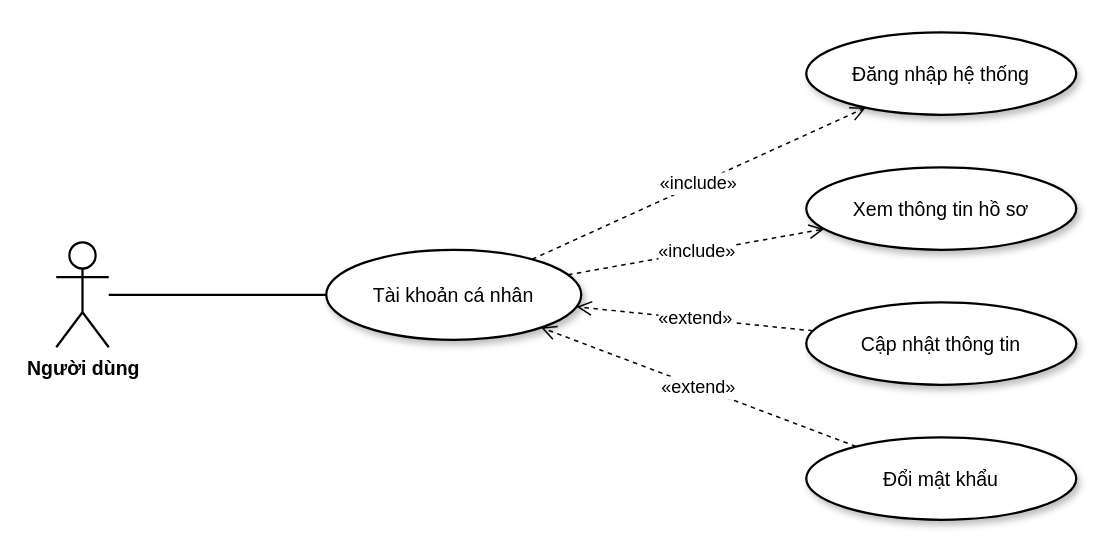
Earlier version of the draw.io diagram page "7. Quản lý tài khoản" (8 of 9) of quanlichitieu-backend/docs/diagrams/So_Do_Usecase_Chuan_Mau.drawio (al1103/quanlichitieu-1). Source tidied: cells renumbered, new cells numbered last; positions are measured from the earlier drawing's top-left corner, leaving out a move shared by most shapes. Both pictures are drawn from the tidied source at 150%, with x=0, y=0 at pixel (56, 32).
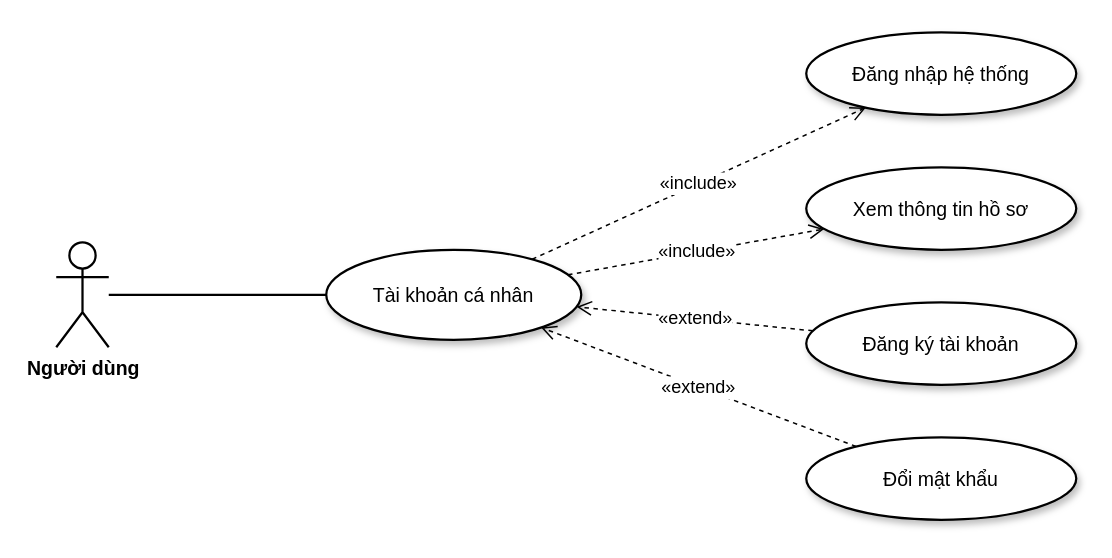
Above is the later version.

What changed in the source:
```diff
@@
 <mxGraphModel>
   <root>
     <mxCell id="0" />
     <mxCell id="1" parent="0" />
     <mxCell id="2" value="Người dùng" style="shape=umlActor;verticalLabelPosition=bottom;verticalAlign=top;html=1;outlineConnect=0;fillColor=#ffffff;strokeColor=#000000;strokeWidth=1.5;fontSize=13;fontStyle=1;" parent="1" vertex="1">
       <mxGeometry y="140" width="35" height="70" as="geometry" />
     </mxCell>
     <mxCell id="3" value="Tài khoản cá nhân" style="ellipse;whiteSpace=wrap;html=1;shadow=1;fillColor=#ffffff;strokeColor=#000000;strokeWidth=1.5;fontSize=13;fontStyle=0;" parent="1" vertex="1">
       <mxGeometry x="180" y="145" width="170" height="60" as="geometry" />
     </mxCell>
     <mxCell id="4" style="endArrow=none;html=1;strokeColor=#000000;strokeWidth=1.5;" parent="1" edge="1" source="2" target="3">
       <mxGeometry relative="1" as="geometry" />
     </mxCell>
     <mxCell id="5" value="Đăng nhập hệ thống" style="ellipse;whiteSpace=wrap;html=1;shadow=1;fillColor=#ffffff;strokeColor=#000000;strokeWidth=1.5;fontSize=13;fontStyle=0;" parent="1" vertex="1">
       <mxGeometry x="500" width="180" height="55" as="geometry" />
     </mxCell>
     <mxCell id="6" value="«include»" style="endArrow=open;endSize=8;endFill=0;dashed=1;html=1;strokeColor=#000000;fontSize=12;labelBackgroundColor=#ffffff;" parent="1" edge="1" source="3" target="5">
       <mxGeometry relative="1" as="geometry" />
     </mxCell>
     <mxCell id="7" value="Xem thông tin hồ sơ" style="ellipse;whiteSpace=wrap;html=1;shadow=1;fillColor=#ffffff;strokeColor=#000000;strokeWidth=1.5;fontSize=13;fontStyle=0;" parent="1" vertex="1">
       <mxGeometry x="500" y="90" width="180" height="55" as="geometry" />
     </mxCell>
     <mxCell id="8" value="«include»" style="endArrow=open;endSize=8;endFill=0;dashed=1;html=1;strokeColor=#000000;fontSize=12;labelBackgroundColor=#ffffff;" parent="1" edge="1" source="3" target="7">
       <mxGeometry relative="1" as="geometry" />
     </mxCell>
-    <mxCell id="9" value="Cập nhật thông tin" style="ellipse;whiteSpace=wrap;html=1;shadow=1;fillColor=#ffffff;strokeColor=#000000;strokeWidth=1.5;fontSize=13;fontStyle=0;" parent="1" vertex="1">
+    <mxCell id="9" value="Đăng ký tài khoản" style="ellipse;whiteSpace=wrap;html=1;shadow=1;fillColor=#ffffff;strokeColor=#000000;strokeWidth=1.5;fontSize=13;fontStyle=0;" parent="1" vertex="1">
       <mxGeometry x="500" y="180" width="180" height="55" as="geometry" />
     </mxCell>
     <mxCell id="10" value="«extend»" style="endArrow=open;endSize=8;endFill=0;dashed=1;html=1;strokeColor=#000000;fontSize=12;labelBackgroundColor=#ffffff;" parent="1" edge="1" source="9" target="3">
       <mxGeometry relative="1" as="geometry" />
     </mxCell>
     <mxCell id="11" value="Đổi mật khẩu" style="ellipse;whiteSpace=wrap;html=1;shadow=1;fillColor=#ffffff;strokeColor=#000000;strokeWidth=1.5;fontSize=13;fontStyle=0;" parent="1" vertex="1">
       <mxGeometry x="500" y="270" width="180" height="55" as="geometry" />
     </mxCell>
     <mxCell id="12" value="«extend»" style="endArrow=open;endSize=8;endFill=0;dashed=1;html=1;strokeColor=#000000;fontSize=12;labelBackgroundColor=#ffffff;" parent="1" edge="1" source="11" target="3">
       <mxGeometry relative="1" as="geometry" />
     </mxCell>
   </root>
 </mxGraphModel>
```
